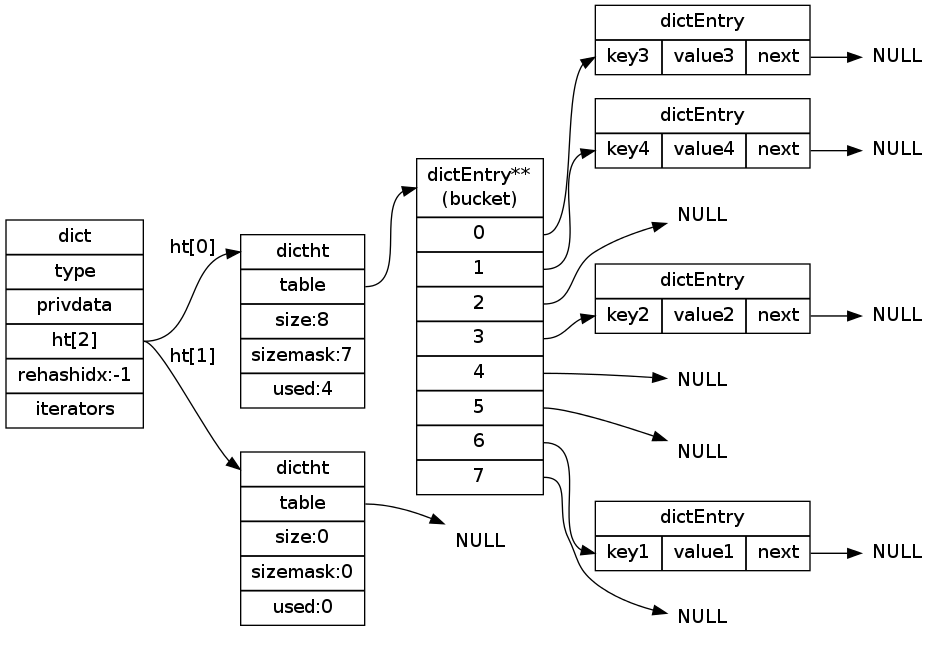
The Graphviz diagram internal-datastruct/image/rehash_step_four.png in huangzworks/redisbook, before a commit. Its source is kept beside it as internal-datastruct/image/rehash_step_four.dot. Source of this version:
```dot
digraph rehash_step_four {


    rankdir = LR;

    node[shape=record];


    dict [label="dict | type | privdata |<ht> ht[2] | rehashidx:-1 | iterators"];

    ht0 [label="<dictht>dictht |<table> table | size:8 | sizemask:7 | used:4"];

    ht3 [label="<dictht>dictht |<table> table | size:0 | sizemask:0 | used:0"];

    bucket1 [label="<head>dictEntry**\n(bucket) |<table0> 0 |<table1> 1 |<table2> 2 |<table3> 3 |<table4> 4 |<table5> 5 |<table6> 6 |<table7> 7"];

    pair_1 [label="dictEntry |{<start>key1 | value1 |<next>next}"];

    pair_2 [label="dictEntry |{<start>key2 | value2 |<next>next}"];

    pair_3 [label="dictEntry |{<start>key3 | value3 |<next>next}"];

    pair_4 [label="dictEntry |{<start>key4 | value4 |<next>next}"];

    null10 [label="NULL", shape=plaintext];
    null11 [label="NULL", shape=plaintext];
    null12 [label="NULL", shape=plaintext];
    null13 [label="NULL", shape=plaintext];
    null14 [label="NULL", shape=plaintext];
    null15 [label="NULL", shape=plaintext];
    null16 [label="NULL", shape=plaintext];
    null17 [label="NULL", shape=plaintext];


    dict:ht -> ht0:dictht [label="ht[0]"];
    dict:ht -> ht3:dictht [label="ht[1]"];

    null_bucket [label="NULL", shape=plaintext];
    ht3:table -> null_bucket;

    ht0:table -> bucket1:head;

    bucket1:table0 -> pair_3:start; pair_3:next -> null10;
    bucket1:table1 -> pair_4:start; pair_4:next -> null11;
    bucket1:table2 -> null12;
    bucket1:table3 -> pair_2:start; pair_2:next -> null13;
    bucket1:table4 -> null14;
    bucket1:table5 -> null15;
    bucket1:table6 -> pair_1:start; pair_1:next -> null16;
    bucket1:table7 -> null17;

}
```
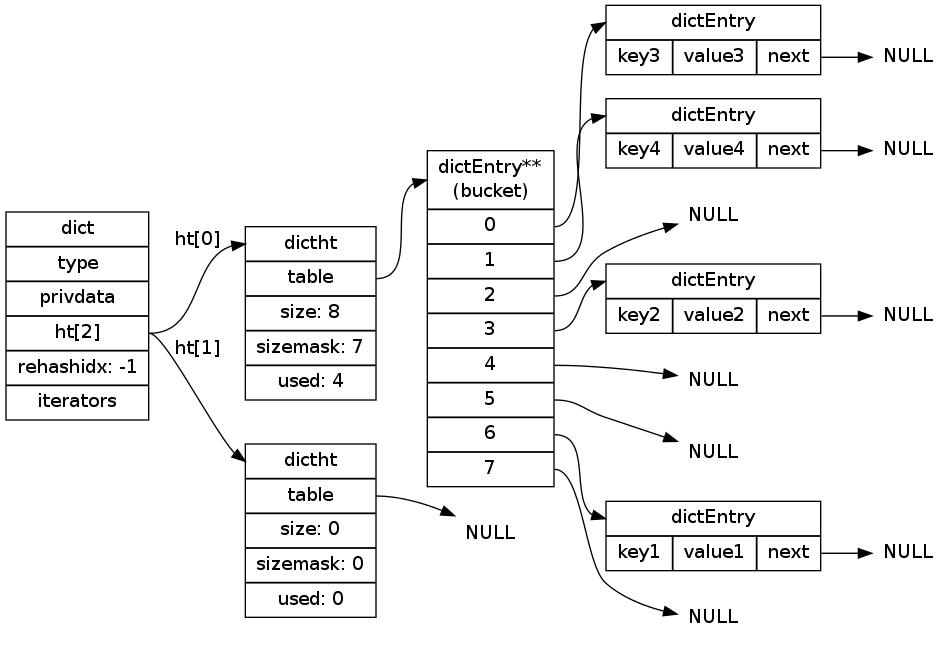
After the commit.

Diff of the diagram source:
```diff
@@ -6,21 +6,21 @@
     node[shape=record];
 
 
-    dict [label="dict | type | privdata |<ht> ht[2] | rehashidx:-1 | iterators"];
+    dict [label="dict | type | privdata |<ht> ht[2] | rehashidx: -1 | iterators"];
 
-    ht0 [label="<dictht>dictht |<table> table | size:8 | sizemask:7 | used:4"];
+    ht0 [label="<dictht>dictht |<table> table | size: 8 | sizemask: 7 | used: 4"];
 
-    ht3 [label="<dictht>dictht |<table> table | size:0 | sizemask:0 | used:0"];
+    ht3 [label="<dictht>dictht |<table> table | size: 0 | sizemask: 0 | used: 0"];
 
     bucket1 [label="<head>dictEntry**\n(bucket) |<table0> 0 |<table1> 1 |<table2> 2 |<table3> 3 |<table4> 4 |<table5> 5 |<table6> 6 |<table7> 7"];
 
-    pair_1 [label="dictEntry |{<start>key1 | value1 |<next>next}"];
+    pair_1 [label="<head>dictEntry |{key1 | value1 |<next>next}"];
 
-    pair_2 [label="dictEntry |{<start>key2 | value2 |<next>next}"];
+    pair_2 [label="<head>dictEntry |{key2 | value2 |<next>next}"];
 
-    pair_3 [label="dictEntry |{<start>key3 | value3 |<next>next}"];
+    pair_3 [label="<head>dictEntry |{key3 | value3 |<next>next}"];
 
-    pair_4 [label="dictEntry |{<start>key4 | value4 |<next>next}"];
+    pair_4 [label="<head>dictEntry |{key4 | value4 |<next>next}"];
 
     null10 [label="NULL", shape=plaintext];
     null11 [label="NULL", shape=plaintext];
@@ -40,13 +40,13 @@
 
     ht0:table -> bucket1:head;
 
-    bucket1:table0 -> pair_3:start; pair_3:next -> null10;
-    bucket1:table1 -> pair_4:start; pair_4:next -> null11;
+    bucket1:table0 -> pair_3:head; pair_3:next -> null10;
+    bucket1:table1 -> pair_4:head; pair_4:next -> null11;
     bucket1:table2 -> null12;
-    bucket1:table3 -> pair_2:start; pair_2:next -> null13;
+    bucket1:table3 -> pair_2:head; pair_2:next -> null13;
     bucket1:table4 -> null14;
     bucket1:table5 -> null15;
-    bucket1:table6 -> pair_1:start; pair_1:next -> null16;
+    bucket1:table6 -> pair_1:head; pair_1:next -> null16;
     bucket1:table7 -> null17;
 
 }
```
